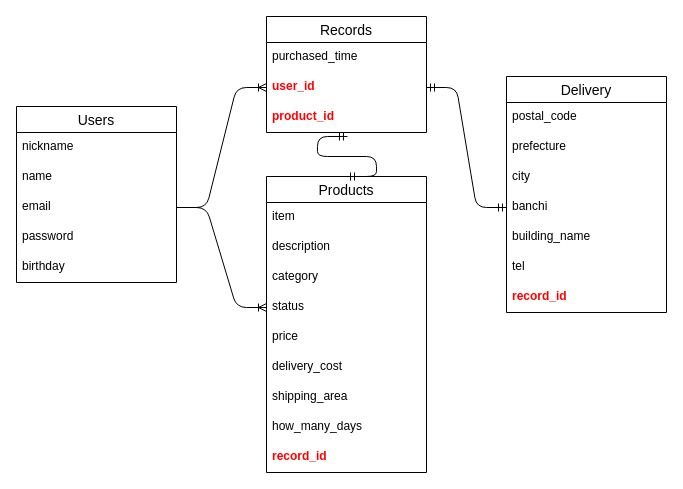
Above: ER.dio in bbi888885/furima-28118 (draw.io), before the change. Source tidied: cells renumbered, new cells numbered last; positions are measured from the earlier drawing's top-left corner, leaving out a move shared by most shapes. Both pictures are drawn from the tidied source at 100%, with x=0, y=0 at pixel (16, 16).
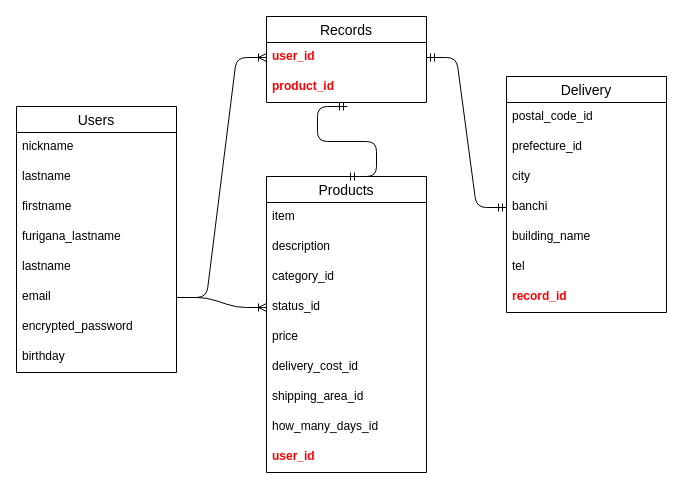
The same diagram, later.

Commit message (it also covers changes not shown here):
メンターからのコメントに沿ってER図とREADMEを修正

詳細はgithub webにて参考

The change refers to these unchanged cells:
```xml
<mxCell id="9" value="Delivery" style="swimlane;fontStyle=0;horizontal=1;startSize=26;align=center;fontSize=14;" parent="1" vertex="1">
  <mxGeometry x="490" y="60" width="160" height="236" as="geometry" />
</mxCell>
<mxCell id="23" value="Products" style="swimlane;fontStyle=0;horizontal=1;startSize=26;align=center;fontSize=14;" parent="1" vertex="1">
  <mxGeometry x="250" y="160" width="160" height="296" as="geometry" />
</mxCell>
```

What changed in the source:
```diff
@@
     <mxCell id="3" value="Users" style="swimlane;fontStyle=0;horizontal=1;startSize=26;align=center;fontSize=14;" parent="1" vertex="1">
-      <mxGeometry y="90" width="160" height="176" as="geometry" />
+      <mxGeometry y="90" width="160" height="266" as="geometry" />
     </mxCell>
@@
-    <mxCell id="5" value="name" style="text;strokeColor=none;fillColor=none;spacingLeft=4;spacingRight=4;overflow=hidden;fontSize=12;" parent="3" vertex="1">
+    <mxCell id="5" value="lastname" style="text;strokeColor=none;fillColor=none;spacingLeft=4;spacingRight=4;overflow=hidden;fontSize=12;" parent="3" vertex="1">
       <mxGeometry y="56" width="160" height="30" as="geometry" />
     </mxCell>
+    <mxCell id="34" value="firstname" style="text;strokeColor=none;fillColor=none;spacingLeft=4;spacingRight=4;overflow=hidden;fontSize=12;" parent="3" vertex="1">
+      <mxGeometry y="86" width="160" height="30" as="geometry" />
+    </mxCell>
+    <mxCell id="35" value="furigana_lastname" style="text;strokeColor=none;fillColor=none;spacingLeft=4;spacingRight=4;overflow=hidden;fontSize=12;" parent="3" vertex="1">
+      <mxGeometry y="116" width="160" height="30" as="geometry" />
+    </mxCell>
+    <mxCell id="36" value="lastname" style="text;strokeColor=none;fillColor=none;spacingLeft=4;spacingRight=4;overflow=hidden;fontSize=12;" parent="3" vertex="1">
+      <mxGeometry y="146" width="160" height="30" as="geometry" />
+    </mxCell>
     <mxCell id="6" value="email" style="text;strokeColor=none;fillColor=none;spacingLeft=4;spacingRight=4;overflow=hidden;points=[[0,0.5],[1,0.5]];portConstraint=eastwest;fontSize=12;" parent="3" vertex="1">
-      <mxGeometry y="86" width="160" height="30" as="geometry" />
+      <mxGeometry y="176" width="160" height="30" as="geometry" />
     </mxCell>
-    <mxCell id="7" value="password" style="text;strokeColor=none;fillColor=none;spacingLeft=4;spacingRight=4;overflow=hidden;fontSize=12;" parent="3" vertex="1">
-      <mxGeometry y="116" width="160" height="30" as="geometry" />
+    <mxCell id="7" value="encrypted_password" style="text;strokeColor=none;fillColor=none;spacingLeft=4;spacingRight=4;overflow=hidden;fontSize=12;" parent="3" vertex="1">
+      <mxGeometry y="206" width="160" height="30" as="geometry" />
     </mxCell>
     <mxCell id="8" value="birthday" style="text;strokeColor=none;fillColor=none;spacingLeft=4;spacingRight=4;overflow=hidden;fontSize=12;" parent="3" vertex="1">
-      <mxGeometry y="146" width="160" height="30" as="geometry" />
+      <mxGeometry y="236" width="160" height="30" as="geometry" />
     </mxCell>
@@
-    <mxCell id="10" value="postal_code" style="text;strokeColor=none;fillColor=none;spacingLeft=4;spacingRight=4;overflow=hidden;fontSize=12;" parent="9" vertex="1">
+    <mxCell id="10" value="postal_code_id" style="text;strokeColor=none;fillColor=none;spacingLeft=4;spacingRight=4;overflow=hidden;fontSize=12;" parent="9" vertex="1">
       <mxGeometry y="26" width="160" height="30" as="geometry" />
     </mxCell>
-    <mxCell id="11" value="prefecture" style="text;strokeColor=none;fillColor=none;spacingLeft=4;spacingRight=4;overflow=hidden;fontSize=12;" parent="9" vertex="1">
+    <mxCell id="11" value="prefecture_id" style="text;strokeColor=none;fillColor=none;spacingLeft=4;spacingRight=4;overflow=hidden;fontSize=12;" parent="9" vertex="1">
       <mxGeometry y="56" width="160" height="30" as="geometry" />
     </mxCell>
@@
     <mxCell id="19" value="Records" style="swimlane;fontStyle=0;horizontal=1;startSize=26;align=center;fontSize=14;" parent="1" vertex="1">
-      <mxGeometry x="250" width="160" height="116" as="geometry" />
+      <mxGeometry x="250" width="160" height="86" as="geometry" />
     </mxCell>
-    <mxCell id="20" value="purchased_time" style="text;strokeColor=none;fillColor=none;spacingLeft=4;spacingRight=4;overflow=hidden;fontSize=12;" parent="19" vertex="1">
-      <mxGeometry y="26" width="160" height="30" as="geometry" />
-    </mxCell>
     <mxCell id="21" value="user_id" style="text;strokeColor=none;fillColor=none;spacingLeft=4;spacingRight=4;overflow=hidden;points=[[0,0.5],[1,0.5]];portConstraint=eastwest;fontSize=12;fontStyle=1;fontColor=#FF0000;" parent="19" vertex="1">
-      <mxGeometry y="56" width="160" height="30" as="geometry" />
+      <mxGeometry y="26" width="160" height="30" as="geometry" />
     </mxCell>
     <mxCell id="22" value="product_id" style="text;strokeColor=none;fillColor=none;spacingLeft=4;spacingRight=4;overflow=hidden;points=[[0,0.5],[1,0.5]];portConstraint=eastwest;fontSize=12;fontStyle=1;fontColor=#FF0000;" parent="19" vertex="1">
-      <mxGeometry y="86" width="160" height="30" as="geometry" />
+      <mxGeometry y="56" width="160" height="30" as="geometry" />
     </mxCell>
@@
-    <mxCell id="26" value="category" style="text;strokeColor=none;fillColor=none;spacingLeft=4;spacingRight=4;overflow=hidden;fontSize=12;" parent="23" vertex="1">
+    <mxCell id="26" value="category_id" style="text;strokeColor=none;fillColor=none;spacingLeft=4;spacingRight=4;overflow=hidden;fontSize=12;" parent="23" vertex="1">
       <mxGeometry y="86" width="160" height="30" as="geometry" />
     </mxCell>
-    <mxCell id="27" value="status" style="text;strokeColor=none;fillColor=none;spacingLeft=4;spacingRight=4;overflow=hidden;points=[[0,0.5],[1,0.5]];portConstraint=eastwest;fontSize=12;" parent="23" vertex="1">
+    <mxCell id="27" value="status_id" style="text;strokeColor=none;fillColor=none;spacingLeft=4;spacingRight=4;overflow=hidden;points=[[0,0.5],[1,0.5]];portConstraint=eastwest;fontSize=12;" parent="23" vertex="1">
       <mxGeometry y="116" width="160" height="30" as="geometry" />
     </mxCell>
@@
-    <mxCell id="29" value="delivery_cost" style="text;strokeColor=none;fillColor=none;spacingLeft=4;spacingRight=4;overflow=hidden;fontSize=12;" parent="23" vertex="1">
+    <mxCell id="29" value="delivery_cost_id" style="text;strokeColor=none;fillColor=none;spacingLeft=4;spacingRight=4;overflow=hidden;fontSize=12;" parent="23" vertex="1">
       <mxGeometry y="176" width="160" height="30" as="geometry" />
     </mxCell>
-    <mxCell id="30" value="shipping_area" style="text;strokeColor=none;fillColor=none;spacingLeft=4;spacingRight=4;overflow=hidden;fontSize=12;" parent="23" vertex="1">
+    <mxCell id="30" value="shipping_area_id" style="text;strokeColor=none;fillColor=none;spacingLeft=4;spacingRight=4;overflow=hidden;fontSize=12;" parent="23" vertex="1">
       <mxGeometry y="206" width="160" height="30" as="geometry" />
     </mxCell>
-    <mxCell id="31" value="how_many_days" style="text;strokeColor=none;fillColor=none;spacingLeft=4;spacingRight=4;overflow=hidden;fontSize=12;" parent="23" vertex="1">
+    <mxCell id="31" value="how_many_days_id" style="text;strokeColor=none;fillColor=none;spacingLeft=4;spacingRight=4;overflow=hidden;fontSize=12;" parent="23" vertex="1">
       <mxGeometry y="236" width="160" height="30" as="geometry" />
     </mxCell>
-    <mxCell id="32" value="record_id" style="text;strokeColor=none;fillColor=none;spacingLeft=4;spacingRight=4;overflow=hidden;fontSize=12;fontStyle=1;fontColor=#FF0000;" parent="23" vertex="1">
+    <mxCell id="32" value="user_id" style="text;strokeColor=none;fillColor=none;spacingLeft=4;spacingRight=4;overflow=hidden;fontSize=12;fontStyle=1;fontColor=#FF0000;" parent="23" vertex="1">
       <mxGeometry y="266" width="160" height="30" as="geometry" />
     </mxCell>
```
